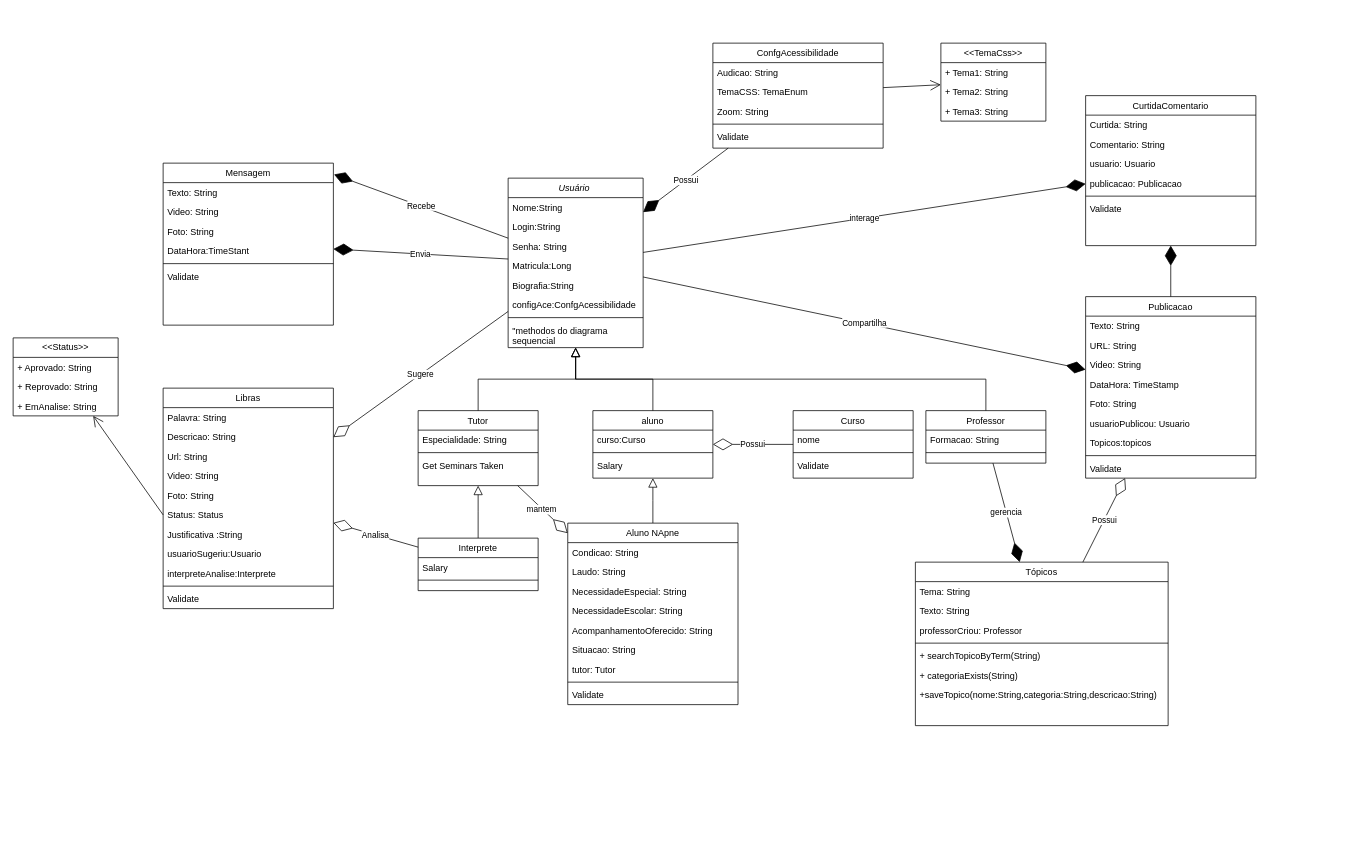
arianamesquita/IFCoders keeps this draw.io diagram as If Coders. diagrama de classe.drawio. Above is the earlier version. Source tidied: cells renumbered, new cells numbered last; positions are measured from the earlier drawing's top-left corner, leaving out a move shared by most shapes. Both pictures are drawn from the tidied source at 75%, with x=0, y=0 at pixel (13, 43).
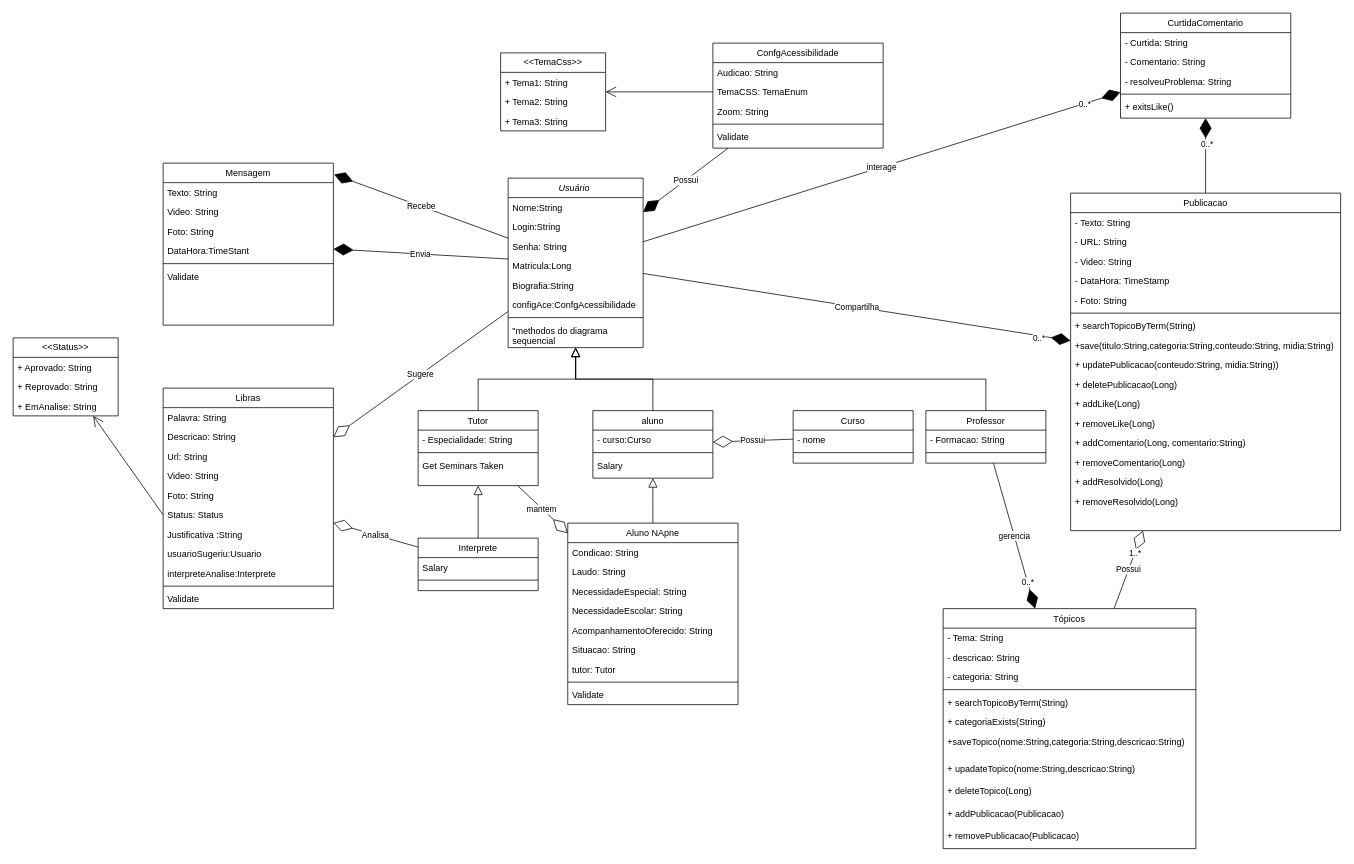
The same page after the edit.

Unchanged cells that the change refers to:
```xml
<mxCell id="11" value="Tutor" style="swimlane;fontStyle=0;align=center;verticalAlign=top;horizontal=1;startSize=26;rounded=0;shadow=0;strokeWidth=1;" parent="1" vertex="1">
  <mxGeometry x="540" y="490" width="160" height="100" as="geometry" />
</mxCell>
<mxCell id="16" value="Professor" style="swimlane;fontStyle=0;align=center;verticalAlign=top;horizontal=1;startSize=26;rounded=0;shadow=0;strokeWidth=1;" parent="1" vertex="1">
  <mxGeometry x="1217" y="490" width="160" height="70" as="geometry" />
</mxCell>
<mxCell id="24" value="aluno" style="swimlane;fontStyle=0;align=center;verticalAlign=top;horizontal=1;startSize=26;rounded=0;shadow=0;strokeWidth=1;" parent="1" vertex="1">
  <mxGeometry x="773" y="490" width="160" height="90" as="geometry" />
</mxCell>
<mxCell id="102" style="endArrow=diamondThin;endFill=1;endSize=24;html=1;rounded=0;" parent="1" edge="1" source="73" target="95">
  <mxGeometry relative="1" as="geometry" />
</mxCell>
<mxCell id="103" value="interage" style="endArrow=diamondThin;endFill=1;endSize=24;html=1;rounded=0;" parent="1" edge="1" source="2" target="95">
  <mxGeometry relative="1" as="geometry" />
</mxCell>
<mxCell id="113" value="Compartilha" style="endArrow=diamondThin;endFill=1;endSize=24;html=1;rounded=0;" parent="1" edge="1" source="2" target="73">
  <mxGeometry relative="1" as="geometry" />
</mxCell>
<mxCell id="114" value="gerencia" style="endArrow=diamondThin;endFill=1;endSize=24;html=1;rounded=0;" parent="1" edge="1" source="16" target="83">
  <mxGeometry relative="1" as="geometry" />
</mxCell>
<mxCell id="115" value="Possui" style="endArrow=diamondThin;endFill=0;endSize=24;html=1;rounded=0;" parent="1" edge="1" source="83" target="73">
  <mxGeometry relative="1" as="geometry" />
</mxCell>
```

Change to the diagram source:
```diff
@@
-    <mxCell id="12" value="Especialidade: String" style="text;align=left;verticalAlign=top;spacingLeft=4;spacingRight=4;overflow=hidden;" parent="11" vertex="1">
+    <mxCell id="12" value="- Especialidade: String" style="text;align=left;verticalAlign=top;spacingLeft=4;spacingRight=4;overflow=hidden;" parent="11" vertex="1">
       <mxGeometry y="26" width="160" height="26" as="geometry" />
     </mxCell>
@@
-    <mxCell id="17" value="Formacao: String" style="text;align=left;verticalAlign=top;spacingLeft=4;spacingRight=4;overflow=hidden;" parent="16" vertex="1">
+    <mxCell id="17" value="- Formacao: String" style="text;align=left;verticalAlign=top;spacingLeft=4;spacingRight=4;overflow=hidden;" parent="16" vertex="1">
       <mxGeometry y="26" width="160" height="26" as="geometry" />
     </mxCell>
@@
     <mxCell id="20" value="Curso" style="swimlane;fontStyle=0;align=center;verticalAlign=top;horizontal=1;startSize=26;rounded=0;shadow=0;strokeWidth=1;" parent="1" vertex="1">
-      <mxGeometry x="1040" y="490" width="160" height="90" as="geometry" />
+      <mxGeometry x="1040" y="490" width="160" height="70" as="geometry" />
     </mxCell>
-    <mxCell id="21" value="nome" style="text;align=left;verticalAlign=top;spacingLeft=4;spacingRight=4;overflow=hidden;" parent="20" vertex="1">
+    <mxCell id="21" value="- nome" style="text;align=left;verticalAlign=top;spacingLeft=4;spacingRight=4;overflow=hidden;" parent="20" vertex="1">
       <mxGeometry y="26" width="160" height="26" as="geometry" />
     </mxCell>
@@
-    <mxCell id="23" value="Validate" style="text;align=left;verticalAlign=top;spacingLeft=4;spacingRight=4;overflow=hidden;" parent="20" vertex="1">
-      <mxGeometry y="60" width="160" height="26" as="geometry" />
-    </mxCell>
@@
-    <mxCell id="25" value="curso:Curso" style="text;align=left;verticalAlign=top;spacingLeft=4;spacingRight=4;overflow=hidden;" parent="24" vertex="1">
+    <mxCell id="25" value="- curso:Curso" style="text;align=left;verticalAlign=top;spacingLeft=4;spacingRight=4;overflow=hidden;" parent="24" vertex="1">
       <mxGeometry y="26" width="160" height="26" as="geometry" />
     </mxCell>
@@
     <mxCell id="69" value="&amp;lt;&amp;lt;TemaCss&amp;gt;&amp;gt;" style="swimlane;fontStyle=0;horizontal=1;startSize=26;fillColor=none;whiteSpace=wrap;html=1;" parent="1" vertex="1">
-      <mxGeometry x="1237" width="140" height="104" as="geometry" />
+      <mxGeometry x="650" y="13" width="140" height="104" as="geometry" />
     </mxCell>
@@
     <mxCell id="73" value="Publicacao" style="swimlane;fontStyle=0;align=center;verticalAlign=top;horizontal=1;startSize=26;rounded=0;shadow=0;strokeWidth=1;" parent="1" vertex="1">
-      <mxGeometry x="1430" y="338" width="227" height="242" as="geometry" />
+      <mxGeometry x="1410" y="200" width="360" height="450" as="geometry" />
     </mxCell>
-    <mxCell id="74" value="Texto: String" style="text;align=left;verticalAlign=top;spacingLeft=4;spacingRight=4;overflow=hidden;" parent="73" vertex="1">
-      <mxGeometry y="26" width="227" height="26" as="geometry" />
+    <mxCell id="74" value="- Texto: String" style="text;align=left;verticalAlign=top;spacingLeft=4;spacingRight=4;overflow=hidden;" parent="73" vertex="1">
+      <mxGeometry y="26" width="360" height="26" as="geometry" />
     </mxCell>
-    <mxCell id="75" value="URL: String" style="text;align=left;verticalAlign=top;spacingLeft=4;spacingRight=4;overflow=hidden;" parent="73" vertex="1">
-      <mxGeometry y="52" width="227" height="26" as="geometry" />
+    <mxCell id="75" value="- URL: String" style="text;align=left;verticalAlign=top;spacingLeft=4;spacingRight=4;overflow=hidden;" parent="73" vertex="1">
+      <mxGeometry y="52" width="360" height="26" as="geometry" />
     </mxCell>
-    <mxCell id="76" value="Video: String" style="text;align=left;verticalAlign=top;spacingLeft=4;spacingRight=4;overflow=hidden;" parent="73" vertex="1">
-      <mxGeometry y="78" width="227" height="26" as="geometry" />
+    <mxCell id="76" value="- Video: String" style="text;align=left;verticalAlign=top;spacingLeft=4;spacingRight=4;overflow=hidden;" parent="73" vertex="1">
+      <mxGeometry y="78" width="360" height="26" as="geometry" />
     </mxCell>
-    <mxCell id="77" value="DataHora: TimeStamp" style="text;align=left;verticalAlign=top;spacingLeft=4;spacingRight=4;overflow=hidden;" parent="73" vertex="1">
-      <mxGeometry y="104" width="227" height="26" as="geometry" />
+    <mxCell id="77" value="- DataHora: TimeStamp" style="text;align=left;verticalAlign=top;spacingLeft=4;spacingRight=4;overflow=hidden;" parent="73" vertex="1">
+      <mxGeometry y="104" width="360" height="26" as="geometry" />
     </mxCell>
-    <mxCell id="78" value="Foto: String" style="text;align=left;verticalAlign=top;spacingLeft=4;spacingRight=4;overflow=hidden;" parent="73" vertex="1">
-      <mxGeometry y="130" width="227" height="26" as="geometry" />
+    <mxCell id="78" value="- Foto: String" style="text;align=left;verticalAlign=top;spacingLeft=4;spacingRight=4;overflow=hidden;" parent="73" vertex="1">
+      <mxGeometry y="130" width="360" height="26" as="geometry" />
     </mxCell>
-    <mxCell id="79" value="usuarioPublicou: Usuario" style="text;align=left;verticalAlign=top;spacingLeft=4;spacingRight=4;overflow=hidden;" parent="73" vertex="1">
-      <mxGeometry y="156" width="227" height="26" as="geometry" />
-    </mxCell>
-    <mxCell id="80" value="Topicos:topicos" style="text;align=left;verticalAlign=top;spacingLeft=4;spacingRight=4;overflow=hidden;" parent="73" vertex="1">
-      <mxGeometry y="182" width="227" height="26" as="geometry" />
-    </mxCell>
     <mxCell id="81" style="line;html=1;strokeWidth=1;align=left;verticalAlign=middle;spacingTop=-1;spacingLeft=3;spacingRight=3;labelPosition=right;" parent="73" vertex="1">
-      <mxGeometry y="208" width="227" height="8" as="geometry" />
+      <mxGeometry y="156" width="360" height="8" as="geometry" />
     </mxCell>
-    <mxCell id="82" value="Validate" style="text;align=left;verticalAlign=top;spacingLeft=4;spacingRight=4;overflow=hidden;" parent="73" vertex="1">
-      <mxGeometry y="216" width="227" height="26" as="geometry" />
-    </mxCell>
+    <mxCell id="116" value="+ searchTopicoByTerm(String)" style="text;align=left;verticalAlign=top;spacingLeft=4;spacingRight=4;overflow=hidden;" parent="73" vertex="1">
+      <mxGeometry y="164" width="360" height="26" as="geometry" />
+    </mxCell>
+    <mxCell id="117" value="+save(titulo:String,categoria:String,conteudo:String, midia:String)" style="text;align=left;verticalAlign=top;spacingLeft=4;spacingRight=4;overflow=hidden;" parent="73" vertex="1">
+      <mxGeometry y="190" width="360" height="26" as="geometry" />
+    </mxCell>
+    <mxCell id="118" value="+ updatePublicacao(conteudo:String, midia:String))" style="text;align=left;verticalAlign=top;spacingLeft=4;spacingRight=4;overflow=hidden;" parent="73" vertex="1">
+      <mxGeometry y="216" width="360" height="26" as="geometry" />
+    </mxCell>
+    <mxCell id="119" value="+ deletePublicacao(Long)" style="text;align=left;verticalAlign=top;spacingLeft=4;spacingRight=4;overflow=hidden;" parent="73" vertex="1">
+      <mxGeometry y="242" width="360" height="26" as="geometry" />
+    </mxCell>
+    <mxCell id="120" value="+ addLike(Long)" style="text;align=left;verticalAlign=top;spacingLeft=4;spacingRight=4;overflow=hidden;" parent="73" vertex="1">
+      <mxGeometry y="268" width="360" height="26" as="geometry" />
+    </mxCell>
+    <mxCell id="121" value="+ removeLike(Long)" style="text;align=left;verticalAlign=top;spacingLeft=4;spacingRight=4;overflow=hidden;" parent="73" vertex="1">
+      <mxGeometry y="294" width="360" height="26" as="geometry" />
+    </mxCell>
+    <mxCell id="122" value="+ addComentario(Long, comentario:String)" style="text;align=left;verticalAlign=top;spacingLeft=4;spacingRight=4;overflow=hidden;" parent="73" vertex="1">
+      <mxGeometry y="320" width="360" height="26" as="geometry" />
+    </mxCell>
+    <mxCell id="123" value="+ removeComentario(Long)" style="text;align=left;verticalAlign=top;spacingLeft=4;spacingRight=4;overflow=hidden;" parent="73" vertex="1">
+      <mxGeometry y="346" width="360" height="26" as="geometry" />
+    </mxCell>
+    <mxCell id="124" value="+ addResolvido(Long)" style="text;align=left;verticalAlign=top;spacingLeft=4;spacingRight=4;overflow=hidden;" parent="73" vertex="1">
+      <mxGeometry y="372" width="360" height="26" as="geometry" />
+    </mxCell>
+    <mxCell id="125" value="+ removeResolvido(Long)" style="text;align=left;verticalAlign=top;spacingLeft=4;spacingRight=4;overflow=hidden;" parent="73" vertex="1">
+      <mxGeometry y="398" width="360" height="26" as="geometry" />
+    </mxCell>
     <mxCell id="83" value="Tópicos" style="swimlane;fontStyle=0;align=center;verticalAlign=top;horizontal=1;startSize=26;rounded=0;shadow=0;strokeWidth=1;" parent="1" vertex="1">
-      <mxGeometry x="1203" y="692" width="337" height="218" as="geometry" />
+      <mxGeometry x="1240" y="754" width="337" height="320" as="geometry" />
     </mxCell>
-    <mxCell id="84" value="Tema: String" style="text;align=left;verticalAlign=top;spacingLeft=4;spacingRight=4;overflow=hidden;" parent="83" vertex="1">
+    <mxCell id="84" value="- Tema: String" style="text;align=left;verticalAlign=top;spacingLeft=4;spacingRight=4;overflow=hidden;" parent="83" vertex="1">
       <mxGeometry y="26" width="337" height="26" as="geometry" />
     </mxCell>
-    <mxCell id="85" value="Texto: String" style="text;align=left;verticalAlign=top;spacingLeft=4;spacingRight=4;overflow=hidden;" parent="83" vertex="1">
+    <mxCell id="85" value="- descricao: String" style="text;align=left;verticalAlign=top;spacingLeft=4;spacingRight=4;overflow=hidden;" parent="83" vertex="1">
       <mxGeometry y="52" width="337" height="26" as="geometry" />
     </mxCell>
-    <mxCell id="86" value="professorCriou: Professor" style="text;align=left;verticalAlign=top;spacingLeft=4;spacingRight=4;overflow=hidden;" parent="83" vertex="1">
-      <mxGeometry y="78" width="337" height="26" as="geometry" />
-    </mxCell>
+    <mxCell id="126" value="- categoria: String" style="text;align=left;verticalAlign=top;spacingLeft=4;spacingRight=4;overflow=hidden;" parent="83" vertex="1">
+      <mxGeometry y="78" width="337" height="26" as="geometry" />
+    </mxCell>
@@
     <mxCell id="90" value="+saveTopico(nome:String,categoria:String,descricao:String)" style="text;align=left;verticalAlign=top;spacingLeft=4;spacingRight=4;overflow=hidden;" parent="83" vertex="1">
-      <mxGeometry y="164" width="337" height="46" as="geometry" />
+      <mxGeometry y="164" width="337" height="36" as="geometry" />
     </mxCell>
+    <mxCell id="127" value="+ upadateTopico(nome:String,descricao:String)" style="text;align=left;verticalAlign=top;spacingLeft=4;spacingRight=4;overflow=hidden;" parent="83" vertex="1">
+      <mxGeometry y="200" width="337" height="30" as="geometry" />
+    </mxCell>
+    <mxCell id="128" value="+ deleteTopico(Long)" style="text;align=left;verticalAlign=top;spacingLeft=4;spacingRight=4;overflow=hidden;" parent="83" vertex="1">
+      <mxGeometry y="230" width="337" height="30" as="geometry" />
+    </mxCell>
+    <mxCell id="129" value="+ addPublicacao(Publicacao)" style="text;align=left;verticalAlign=top;spacingLeft=4;spacingRight=4;overflow=hidden;" parent="83" vertex="1">
+      <mxGeometry y="260" width="337" height="30" as="geometry" />
+    </mxCell>
+    <mxCell id="130" value="+ removePublicacao(Publicacao)" style="text;align=left;verticalAlign=top;spacingLeft=4;spacingRight=4;overflow=hidden;" parent="83" vertex="1">
+      <mxGeometry y="290" width="337" height="30" as="geometry" />
+    </mxCell>
@@
     <mxCell id="95" value="CurtidaComentario" style="swimlane;fontStyle=0;align=center;verticalAlign=top;horizontal=1;startSize=26;rounded=0;shadow=0;strokeWidth=1;" parent="1" vertex="1">
-      <mxGeometry x="1430" y="70" width="227" height="200" as="geometry" />
+      <mxGeometry x="1476.5" y="-40" width="227" height="140" as="geometry" />
     </mxCell>
-    <mxCell id="96" value="Curtida: String" style="text;align=left;verticalAlign=top;spacingLeft=4;spacingRight=4;overflow=hidden;" parent="95" vertex="1">
+    <mxCell id="96" value="- Curtida: String" style="text;align=left;verticalAlign=top;spacingLeft=4;spacingRight=4;overflow=hidden;" parent="95" vertex="1">
       <mxGeometry y="26" width="227" height="26" as="geometry" />
     </mxCell>
-    <mxCell id="97" value="Comentario: String" style="text;align=left;verticalAlign=top;spacingLeft=4;spacingRight=4;overflow=hidden;" parent="95" vertex="1">
+    <mxCell id="97" value="- Comentario: String" style="text;align=left;verticalAlign=top;spacingLeft=4;spacingRight=4;overflow=hidden;" parent="95" vertex="1">
       <mxGeometry y="52" width="227" height="26" as="geometry" />
     </mxCell>
-    <mxCell id="98" value="usuario: Usuario" style="text;align=left;verticalAlign=top;spacingLeft=4;spacingRight=4;overflow=hidden;" parent="95" vertex="1">
-      <mxGeometry y="78" width="227" height="26" as="geometry" />
-    </mxCell>
-    <mxCell id="99" value="publicacao: Publicacao" style="text;align=left;verticalAlign=top;spacingLeft=4;spacingRight=4;overflow=hidden;" parent="95" vertex="1">
-      <mxGeometry y="104" width="227" height="26" as="geometry" />
-    </mxCell>
+    <mxCell id="131" value="- resolveuProblema: String" style="text;align=left;verticalAlign=top;spacingLeft=4;spacingRight=4;overflow=hidden;" parent="95" vertex="1">
+      <mxGeometry y="78" width="227" height="26" as="geometry" />
+    </mxCell>
     <mxCell id="100" style="line;html=1;strokeWidth=1;align=left;verticalAlign=middle;spacingTop=-1;spacingLeft=3;spacingRight=3;labelPosition=right;" parent="95" vertex="1">
-      <mxGeometry y="130" width="227" height="8" as="geometry" />
+      <mxGeometry y="104" width="227" height="8" as="geometry" />
     </mxCell>
-    <mxCell id="101" value="Validate" style="text;align=left;verticalAlign=top;spacingLeft=4;spacingRight=4;overflow=hidden;" parent="95" vertex="1">
-      <mxGeometry y="138" width="227" height="26" as="geometry" />
+    <mxCell id="101" value="+ exitsLike()" style="text;align=left;verticalAlign=top;spacingLeft=4;spacingRight=4;overflow=hidden;" parent="95" vertex="1">
+      <mxGeometry y="112" width="227" height="26" as="geometry" />
     </mxCell>
@@
+    <mxCell id="132" value="0..*" style="edgeLabel;html=1;align=center;verticalAlign=middle;" parent="102" vertex="1">
+      <mxGeometry x="0.32" y="-1" relative="1" as="geometry" />
+    </mxCell>
@@
+    <mxCell id="133" value="0..*" style="edgeLabel;html=1;align=center;verticalAlign=middle;" parent="103" vertex="1">
+      <mxGeometry x="0.85" relative="1" as="geometry" />
+    </mxCell>
@@
+    <mxCell id="134" value="0..*" style="edgeLabel;html=1;align=center;verticalAlign=middle;" parent="113" vertex="1">
+      <mxGeometry x="0.85" y="-2" relative="1" as="geometry" />
+    </mxCell>
@@
+    <mxCell id="135" value="0..*" style="edgeLabel;html=1;align=center;verticalAlign=middle;" parent="114" vertex="1">
+      <mxGeometry x="0.64" relative="1" as="geometry" />
+    </mxCell>
@@
+    <mxCell id="136" value="1..*" style="edgeLabel;html=1;align=center;verticalAlign=middle;" parent="115" vertex="1">
+      <mxGeometry x="0.42" relative="1" as="geometry" />
+    </mxCell>
```
